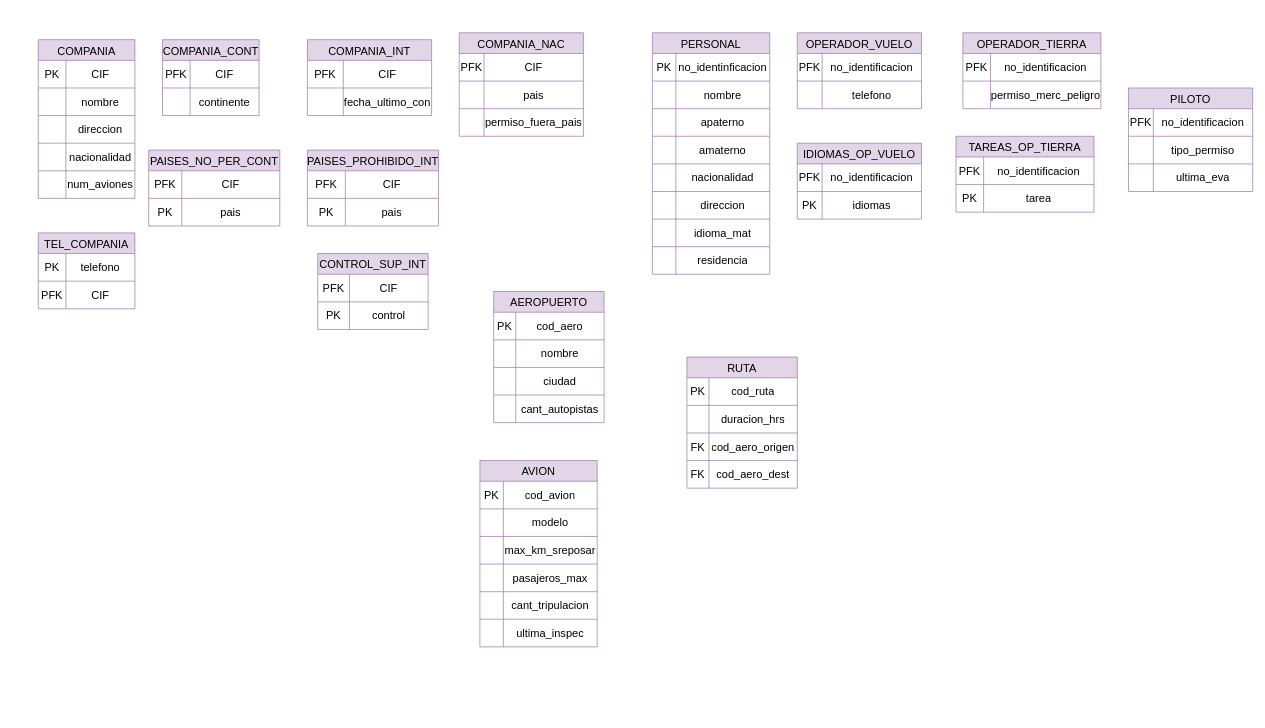
This is Modelo Relacion Aeropuerto TBD.drawio from misiomishi/itcj, a draw.io file, before an edit. Source tidied: cells renumbered, new cells numbered last; positions are measured from the earlier drawing's top-left corner, leaving out a move shared by most shapes. Both pictures are drawn from the tidied source at 69%, with x=0, y=0 at pixel (38, 32).
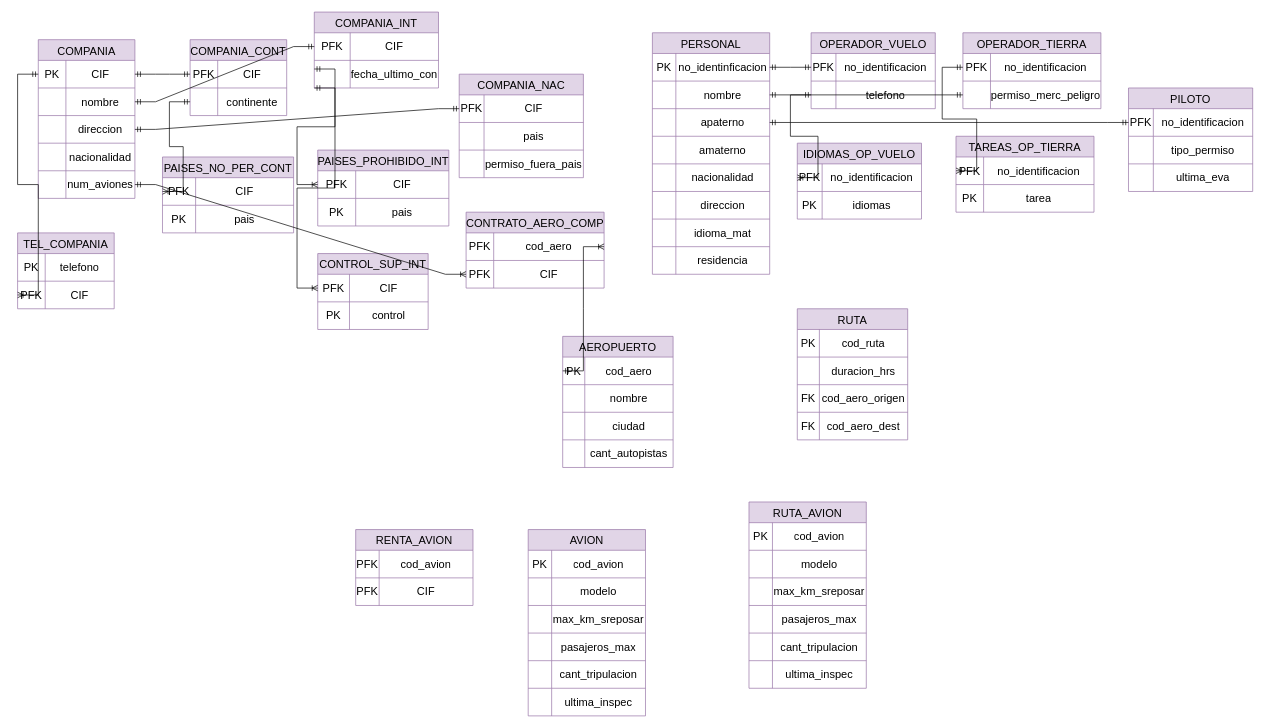
After the change.

Unchanged cells that the change refers to:
```xml
<mxCell id="3" style="shape=tableRow;horizontal=0;startSize=0;swimlaneHead=0;swimlaneBody=0;strokeColor=inherit;top=0;left=0;bottom=0;right=0;fillColor=none;points=[[0,0.5],[1,0.5]];portConstraint=eastwest;fontSize=16;" parent="2" vertex="1">
  <mxGeometry y="30" width="140" height="40" as="geometry" />
</mxCell>
<mxCell id="6" style="shape=tableRow;horizontal=0;startSize=0;swimlaneHead=0;swimlaneBody=0;strokeColor=inherit;top=0;left=0;bottom=0;right=0;fillColor=none;points=[[0,0.5],[1,0.5]];portConstraint=eastwest;fontSize=16;" parent="2" vertex="1">
  <mxGeometry y="70" width="140" height="40" as="geometry" />
</mxCell>
<mxCell id="9" style="shape=tableRow;horizontal=0;startSize=0;swimlaneHead=0;swimlaneBody=0;strokeColor=inherit;top=0;left=0;bottom=0;right=0;fillColor=none;points=[[0,0.5],[1,0.5]];portConstraint=eastwest;fontSize=16;" parent="2" vertex="1">
  <mxGeometry y="110" width="140" height="40" as="geometry" />
</mxCell>
<mxCell id="15" style="shape=tableRow;horizontal=0;startSize=0;swimlaneHead=0;swimlaneBody=0;strokeColor=inherit;top=0;left=0;bottom=0;right=0;fillColor=none;points=[[0,0.5],[1,0.5]];portConstraint=eastwest;fontSize=16;" parent="2" vertex="1">
  <mxGeometry y="190" width="140" height="40" as="geometry" />
</mxCell>
<mxCell id="22" style="shape=tableRow;horizontal=0;startSize=0;swimlaneHead=0;swimlaneBody=0;strokeColor=inherit;top=0;left=0;bottom=0;right=0;fillColor=none;points=[[0,0.5],[1,0.5]];portConstraint=eastwest;fontSize=16;" parent="18" vertex="1">
  <mxGeometry y="70" width="140" height="40" as="geometry" />
</mxCell>
<mxCell id="26" style="shape=tableRow;horizontal=0;startSize=0;swimlaneHead=0;swimlaneBody=0;strokeColor=inherit;top=0;left=0;bottom=0;right=0;fillColor=none;points=[[0,0.5],[1,0.5]];portConstraint=eastwest;fontSize=16;" parent="25" vertex="1">
  <mxGeometry y="30" width="140" height="40" as="geometry" />
</mxCell>
<mxCell id="29" style="shape=tableRow;horizontal=0;startSize=0;swimlaneHead=0;swimlaneBody=0;strokeColor=inherit;top=0;left=0;bottom=0;right=0;fillColor=none;points=[[0,0.5],[1,0.5]];portConstraint=eastwest;fontSize=16;" parent="25" vertex="1">
  <mxGeometry y="70" width="140" height="40" as="geometry" />
</mxCell>
<mxCell id="33" style="shape=tableRow;horizontal=0;startSize=0;swimlaneHead=0;swimlaneBody=0;strokeColor=inherit;top=0;left=0;bottom=0;right=0;fillColor=none;points=[[0,0.5],[1,0.5]];portConstraint=eastwest;fontSize=16;" parent="32" vertex="1">
  <mxGeometry y="30" width="190" height="40" as="geometry" />
</mxCell>
<mxCell id="40" style="shape=tableRow;horizontal=0;startSize=0;swimlaneHead=0;swimlaneBody=0;strokeColor=inherit;top=0;left=0;bottom=0;right=0;fillColor=none;points=[[0,0.5],[1,0.5]];portConstraint=eastwest;fontSize=16;" parent="39" vertex="1">
  <mxGeometry y="30" width="180" height="40" as="geometry" />
</mxCell>
<mxCell id="47" style="shape=tableRow;horizontal=0;startSize=0;swimlaneHead=0;swimlaneBody=0;strokeColor=inherit;top=0;left=0;bottom=0;right=0;fillColor=none;points=[[0,0.5],[1,0.5]];portConstraint=eastwest;fontSize=16;" parent="46" vertex="1">
  <mxGeometry y="30" width="190" height="40" as="geometry" />
</mxCell>
<mxCell id="54" style="shape=tableRow;horizontal=0;startSize=0;swimlaneHead=0;swimlaneBody=0;strokeColor=inherit;top=0;left=0;bottom=0;right=0;fillColor=none;points=[[0,0.5],[1,0.5]];portConstraint=eastwest;fontSize=16;" parent="53" vertex="1">
  <mxGeometry y="30" width="160" height="40" as="geometry" />
</mxCell>
<mxCell id="61" style="shape=tableRow;horizontal=0;startSize=0;swimlaneHead=0;swimlaneBody=0;strokeColor=inherit;top=0;left=0;bottom=0;right=0;fillColor=none;points=[[0,0.5],[1,0.5]];portConstraint=eastwest;fontSize=16;" parent="60" vertex="1">
  <mxGeometry y="30" width="180" height="40" as="geometry" />
</mxCell>
<mxCell id="71" style="shape=tableRow;horizontal=0;startSize=0;swimlaneHead=0;swimlaneBody=0;strokeColor=inherit;top=0;left=0;bottom=0;right=0;fillColor=none;points=[[0,0.5],[1,0.5]];portConstraint=eastwest;fontSize=16;" parent="70" vertex="1">
  <mxGeometry y="30" width="170" height="40" as="geometry" />
</mxCell>
<mxCell id="74" style="shape=tableRow;horizontal=0;startSize=0;swimlaneHead=0;swimlaneBody=0;strokeColor=inherit;top=0;left=0;bottom=0;right=0;fillColor=none;points=[[0,0.5],[1,0.5]];portConstraint=eastwest;fontSize=16;" parent="70" vertex="1">
  <mxGeometry y="70" width="170" height="40" as="geometry" />
</mxCell>
<mxCell id="77" style="shape=tableRow;horizontal=0;startSize=0;swimlaneHead=0;swimlaneBody=0;strokeColor=inherit;top=0;left=0;bottom=0;right=0;fillColor=none;points=[[0,0.5],[1,0.5]];portConstraint=eastwest;fontSize=16;" parent="70" vertex="1">
  <mxGeometry y="110" width="170" height="40" as="geometry" />
</mxCell>
<mxCell id="96" style="shape=tableRow;horizontal=0;startSize=0;swimlaneHead=0;swimlaneBody=0;strokeColor=inherit;top=0;left=0;bottom=0;right=0;fillColor=none;points=[[0,0.5],[1,0.5]];portConstraint=eastwest;fontSize=16;" parent="95" vertex="1">
  <mxGeometry y="30" width="180" height="40" as="geometry" />
</mxCell>
<mxCell id="99" style="shape=tableRow;horizontal=0;startSize=0;swimlaneHead=0;swimlaneBody=0;strokeColor=inherit;top=0;left=0;bottom=0;right=0;fillColor=none;points=[[0,0.5],[1,0.5]];portConstraint=eastwest;fontSize=16;" parent="95" vertex="1">
  <mxGeometry y="70" width="180" height="40" as="geometry" />
</mxCell>
<mxCell id="103" style="shape=tableRow;horizontal=0;startSize=0;swimlaneHead=0;swimlaneBody=0;strokeColor=inherit;top=0;left=0;bottom=0;right=0;fillColor=none;points=[[0,0.5],[1,0.5]];portConstraint=eastwest;fontSize=16;" parent="102" vertex="1">
  <mxGeometry y="30" width="180" height="40" as="geometry" />
</mxCell>
<mxCell id="110" style="shape=tableRow;horizontal=0;startSize=0;swimlaneHead=0;swimlaneBody=0;strokeColor=inherit;top=0;left=0;bottom=0;right=0;fillColor=none;points=[[0,0.5],[1,0.5]];portConstraint=eastwest;fontSize=16;" parent="109" vertex="1">
  <mxGeometry y="30" width="200" height="40" as="geometry" />
</mxCell>
<mxCell id="113" style="shape=tableRow;horizontal=0;startSize=0;swimlaneHead=0;swimlaneBody=0;strokeColor=inherit;top=0;left=0;bottom=0;right=0;fillColor=none;points=[[0,0.5],[1,0.5]];portConstraint=eastwest;fontSize=16;" parent="109" vertex="1">
  <mxGeometry y="70" width="200" height="40" as="geometry" />
</mxCell>
<mxCell id="117" style="shape=tableRow;horizontal=0;startSize=0;swimlaneHead=0;swimlaneBody=0;strokeColor=inherit;top=0;left=0;bottom=0;right=0;fillColor=none;points=[[0,0.5],[1,0.5]];portConstraint=eastwest;fontSize=16;" parent="116" vertex="1">
  <mxGeometry y="30" width="200" height="40" as="geometry" />
</mxCell>
<mxCell id="124" style="shape=tableRow;horizontal=0;startSize=0;swimlaneHead=0;swimlaneBody=0;strokeColor=inherit;top=0;left=0;bottom=0;right=0;fillColor=none;points=[[0,0.5],[1,0.5]];portConstraint=eastwest;fontSize=16;" parent="123" vertex="1">
  <mxGeometry y="30" width="180" height="40" as="geometry" />
</mxCell>
<mxCell id="134" style="shape=tableRow;horizontal=0;startSize=0;swimlaneHead=0;swimlaneBody=0;strokeColor=inherit;top=0;left=0;bottom=0;right=0;fillColor=none;points=[[0,0.5],[1,0.5]];portConstraint=eastwest;fontSize=16;" parent="133" vertex="1">
  <mxGeometry y="30" width="160" height="40" as="geometry" />
</mxCell>
```

Change to the diagram source:
```diff
@@
     <mxCell id="18" value="TEL_COMPANIA" style="shape=table;startSize=30;childLayout=tableLayout;strokeColor=#9673a6;fontSize=16;fillColor=#e1d5e7;" parent="1" vertex="1">
-      <mxGeometry y="290" width="140" height="110" as="geometry" />
+      <mxGeometry x="-30" y="290" width="140" height="110" as="geometry" />
     </mxCell>
@@
     <mxCell id="25" value="COMPANIA_CONT" style="shape=table;startSize=30;childLayout=tableLayout;strokeColor=#9673a6;fontSize=16;fillColor=#e1d5e7;" parent="1" vertex="1">
-      <mxGeometry x="180" y="10" width="140" height="110" as="geometry" />
+      <mxGeometry x="220" y="10" width="140" height="110" as="geometry" />
     </mxCell>
@@
     <mxCell id="32" value="PAISES_NO_PER_CONT" style="shape=table;startSize=30;childLayout=tableLayout;strokeColor=#9673a6;fontSize=16;fillColor=#e1d5e7;" parent="1" vertex="1">
-      <mxGeometry x="160" y="170" width="190" height="110" as="geometry" />
+      <mxGeometry x="180" y="180" width="190" height="110" as="geometry" />
     </mxCell>
@@
     <mxCell id="39" value="COMPANIA_INT" style="shape=table;startSize=30;childLayout=tableLayout;strokeColor=#9673a6;fontSize=16;fillColor=#e1d5e7;" parent="1" vertex="1">
-      <mxGeometry x="390" y="10" width="180" height="110" as="geometry" />
+      <mxGeometry x="400" y="-30" width="180" height="110" as="geometry" />
     </mxCell>
@@
     <mxCell id="46" value="PAISES_PROHIBIDO_INT" style="shape=table;startSize=30;childLayout=tableLayout;strokeColor=#9673a6;fontSize=16;fillColor=#e1d5e7;" parent="1" vertex="1">
-      <mxGeometry x="390" y="170" width="190" height="110" as="geometry" />
+      <mxGeometry x="405" y="170" width="190" height="110" as="geometry" />
     </mxCell>
@@
     <mxCell id="60" value="COMPANIA_NAC" style="shape=table;startSize=30;childLayout=tableLayout;strokeColor=#9673a6;fontSize=16;fillColor=#e1d5e7;" parent="1" vertex="1">
-      <mxGeometry x="610" width="180" height="150" as="geometry" />
+      <mxGeometry x="610" y="60" width="180" height="150" as="geometry" />
     </mxCell>
@@
     <mxCell id="95" value="OPERADOR_VUELO" style="shape=table;startSize=30;childLayout=tableLayout;strokeColor=#9673a6;fontSize=16;fillColor=#e1d5e7;" parent="1" vertex="1">
-      <mxGeometry x="1100" width="180" height="110" as="geometry" />
+      <mxGeometry x="1120" width="180" height="110" as="geometry" />
     </mxCell>
@@
     <mxCell id="133" value="AEROPUERTO" style="shape=table;startSize=30;childLayout=tableLayout;strokeColor=#9673a6;fontSize=16;fillColor=#e1d5e7;" parent="1" vertex="1">
-      <mxGeometry x="660" y="375" width="160" height="190" as="geometry" />
+      <mxGeometry x="760" y="440" width="160" height="190" as="geometry" />
     </mxCell>
@@
     <mxCell id="146" value="AVION" style="shape=table;startSize=30;childLayout=tableLayout;strokeColor=#9673a6;fontSize=16;fillColor=#e1d5e7;" parent="1" vertex="1">
-      <mxGeometry x="640" y="620" width="170" height="270" as="geometry" />
+      <mxGeometry x="710" y="720" width="170" height="270" as="geometry" />
     </mxCell>
@@
     <mxCell id="165" value="RUTA" style="shape=table;startSize=30;childLayout=tableLayout;strokeColor=#9673a6;fontSize=16;fillColor=#e1d5e7;" parent="1" vertex="1">
-      <mxGeometry x="940" y="470" width="160" height="190" as="geometry" />
+      <mxGeometry x="1100" y="400" width="160" height="190" as="geometry" />
     </mxCell>
@@
+    <mxCell id="178" style="edgeStyle=entityRelationEdgeStyle;fontSize=12;html=1;endArrow=ERoneToMany;startArrow=ERmandOne;rounded=0;exitX=0;exitY=0.5;exitDx=0;exitDy=0;entryX=0;entryY=0.5;entryDx=0;entryDy=0;" parent="1" edge="1" source="3" target="22">
+      <mxGeometry relative="1" as="geometry" />
+    </mxCell>
+    <mxCell id="179" style="edgeStyle=entityRelationEdgeStyle;fontSize=12;html=1;endArrow=ERmandOne;startArrow=ERmandOne;rounded=0;exitX=1;exitY=0.5;exitDx=0;exitDy=0;entryX=0;entryY=0.5;entryDx=0;entryDy=0;" parent="1" edge="1" source="3" target="26">
+      <mxGeometry relative="1" as="geometry" />
+    </mxCell>
+    <mxCell id="180" style="edgeStyle=entityRelationEdgeStyle;fontSize=12;html=1;endArrow=ERoneToMany;startArrow=ERmandOne;rounded=0;exitX=0;exitY=0.5;exitDx=0;exitDy=0;entryX=0;entryY=0.5;entryDx=0;entryDy=0;" parent="1" edge="1" source="29" target="33">
+      <mxGeometry relative="1" as="geometry" />
+    </mxCell>
+    <mxCell id="181" style="edgeStyle=entityRelationEdgeStyle;fontSize=12;html=1;endArrow=ERmandOne;startArrow=ERmandOne;rounded=0;exitX=1;exitY=0.5;exitDx=0;exitDy=0;entryX=0;entryY=0.5;entryDx=0;entryDy=0;" parent="1" edge="1" source="6" target="40">
+      <mxGeometry relative="1" as="geometry" />
+    </mxCell>
+    <mxCell id="182" style="edgeStyle=entityRelationEdgeStyle;fontSize=12;html=1;endArrow=ERoneToMany;startArrow=ERmandOne;rounded=0;exitX=0;exitY=0.75;exitDx=0;exitDy=0;entryX=0;entryY=0.5;entryDx=0;entryDy=0;" parent="1" edge="1" source="39" target="47">
+      <mxGeometry relative="1" as="geometry" />
+    </mxCell>
+    <mxCell id="183" style="edgeStyle=entityRelationEdgeStyle;fontSize=12;html=1;endArrow=ERoneToMany;startArrow=ERmandOne;rounded=0;exitX=0;exitY=1;exitDx=0;exitDy=0;entryX=0;entryY=0.5;entryDx=0;entryDy=0;" parent="1" edge="1" source="39" target="54">
+      <mxGeometry relative="1" as="geometry" />
+    </mxCell>
+    <mxCell id="184" style="edgeStyle=entityRelationEdgeStyle;fontSize=12;html=1;endArrow=ERmandOne;startArrow=ERmandOne;rounded=0;entryX=0;entryY=0.5;entryDx=0;entryDy=0;exitX=1;exitY=0.5;exitDx=0;exitDy=0;" parent="1" edge="1" source="9" target="61">
+      <mxGeometry relative="1" as="geometry" />
+    </mxCell>
+    <mxCell id="185" style="edgeStyle=entityRelationEdgeStyle;fontSize=12;html=1;endArrow=ERmandOne;startArrow=ERmandOne;rounded=0;exitX=1;exitY=0.5;exitDx=0;exitDy=0;entryX=0;entryY=0.5;entryDx=0;entryDy=0;" parent="1" edge="1" source="71" target="96">
+      <mxGeometry relative="1" as="geometry" />
+    </mxCell>
+    <mxCell id="186" style="edgeStyle=entityRelationEdgeStyle;fontSize=12;html=1;endArrow=ERoneToMany;startArrow=ERmandOne;rounded=0;exitX=0;exitY=0.5;exitDx=0;exitDy=0;entryX=0;entryY=0.5;entryDx=0;entryDy=0;" parent="1" edge="1" source="99" target="103">
+      <mxGeometry relative="1" as="geometry" />
+    </mxCell>
+    <mxCell id="187" style="edgeStyle=entityRelationEdgeStyle;fontSize=12;html=1;endArrow=ERoneToMany;startArrow=ERmandOne;rounded=0;exitX=0;exitY=0.5;exitDx=0;exitDy=0;entryX=0;entryY=0.5;entryDx=0;entryDy=0;" parent="1" edge="1" source="110" target="117">
+      <mxGeometry relative="1" as="geometry" />
+    </mxCell>
+    <mxCell id="188" style="edgeStyle=entityRelationEdgeStyle;fontSize=12;html=1;endArrow=ERmandOne;startArrow=ERmandOne;rounded=0;exitX=1;exitY=0.5;exitDx=0;exitDy=0;entryX=0;entryY=0.5;entryDx=0;entryDy=0;" parent="1" edge="1" source="74" target="113">
+      <mxGeometry relative="1" as="geometry" />
+    </mxCell>
+    <mxCell id="189" style="edgeStyle=entityRelationEdgeStyle;fontSize=12;html=1;endArrow=ERmandOne;startArrow=ERmandOne;rounded=0;exitX=1;exitY=0.5;exitDx=0;exitDy=0;entryX=0;entryY=0.5;entryDx=0;entryDy=0;" parent="1" edge="1" source="77" target="124">
+      <mxGeometry relative="1" as="geometry" />
+    </mxCell>
+    <mxCell id="190" value="CONTRATO_AERO_COMP" style="shape=table;startSize=30;childLayout=tableLayout;strokeColor=#9673a6;fontSize=16;fillColor=#e1d5e7;" parent="1" vertex="1">
+      <mxGeometry x="620" y="260" width="200" height="110" as="geometry" />
+    </mxCell>
+    <mxCell id="191" style="shape=tableRow;horizontal=0;startSize=0;swimlaneHead=0;swimlaneBody=0;strokeColor=inherit;top=0;left=0;bottom=0;right=0;fillColor=none;points=[[0,0.5],[1,0.5]];portConstraint=eastwest;fontSize=16;" parent="190" vertex="1">
+      <mxGeometry y="30" width="200" height="40" as="geometry" />
+    </mxCell>
+    <mxCell id="192" value="PFK" style="shape=partialRectangle;html=1;whiteSpace=wrap;strokeColor=inherit;overflow=hidden;fillColor=none;top=0;left=0;bottom=0;right=0;fontSize=16;" parent="191" vertex="1">
+      <mxGeometry width="40" height="40" as="geometry" />
+    </mxCell>
+    <mxCell id="193" value="cod_aero" style="shape=partialRectangle;html=1;whiteSpace=wrap;strokeColor=inherit;overflow=hidden;fillColor=none;top=0;left=0;bottom=0;right=0;fontSize=16;" parent="191" vertex="1">
+      <mxGeometry x="40" width="160" height="40" as="geometry" />
+    </mxCell>
+    <mxCell id="194" style="shape=tableRow;horizontal=0;startSize=0;swimlaneHead=0;swimlaneBody=0;strokeColor=inherit;top=0;left=0;bottom=0;right=0;fillColor=none;points=[[0,0.5],[1,0.5]];portConstraint=eastwest;fontSize=16;" parent="190" vertex="1">
+      <mxGeometry y="70" width="200" height="40" as="geometry" />
+    </mxCell>
+    <mxCell id="195" value="PFK" style="shape=partialRectangle;html=1;whiteSpace=wrap;strokeColor=inherit;overflow=hidden;fillColor=none;top=0;left=0;bottom=0;right=0;fontSize=16;" parent="194" vertex="1">
+      <mxGeometry width="40" height="40" as="geometry" />
+    </mxCell>
+    <mxCell id="196" value="CIF" style="shape=partialRectangle;html=1;whiteSpace=wrap;strokeColor=inherit;overflow=hidden;fillColor=none;top=0;left=0;bottom=0;right=0;fontSize=16;" parent="194" vertex="1">
+      <mxGeometry x="40" width="160" height="40" as="geometry" />
+    </mxCell>
+    <mxCell id="197" style="edgeStyle=entityRelationEdgeStyle;fontSize=12;html=1;endArrow=ERoneToMany;startArrow=ERmandOne;rounded=0;exitX=0;exitY=0.5;exitDx=0;exitDy=0;entryX=1;entryY=0.5;entryDx=0;entryDy=0;" parent="1" edge="1" source="134" target="191">
+      <mxGeometry relative="1" as="geometry" />
+    </mxCell>
+    <mxCell id="198" style="edgeStyle=entityRelationEdgeStyle;fontSize=12;html=1;endArrow=ERoneToMany;startArrow=ERmandOne;rounded=0;exitX=1;exitY=0.5;exitDx=0;exitDy=0;entryX=0;entryY=0.5;entryDx=0;entryDy=0;" parent="1" edge="1" source="15" target="194">
+      <mxGeometry relative="1" as="geometry" />
+    </mxCell>
+    <mxCell id="199" value="RENTA_AVION" style="shape=table;startSize=30;childLayout=tableLayout;strokeColor=#9673a6;fontSize=16;fillColor=#e1d5e7;" parent="1" vertex="1">
+      <mxGeometry x="460" y="720" width="170" height="110" as="geometry" />
+    </mxCell>
+    <mxCell id="200" style="shape=tableRow;horizontal=0;startSize=0;swimlaneHead=0;swimlaneBody=0;strokeColor=inherit;top=0;left=0;bottom=0;right=0;fillColor=none;fontSize=16;" parent="199" vertex="1">
+      <mxGeometry y="30" width="170" height="40" as="geometry" />
+    </mxCell>
+    <mxCell id="201" value="PFK" style="shape=partialRectangle;html=1;whiteSpace=wrap;strokeColor=inherit;overflow=hidden;fillColor=none;top=0;left=0;bottom=0;right=0;fontSize=16;" parent="200" vertex="1">
+      <mxGeometry width="34" height="40" as="geometry" />
+    </mxCell>
+    <mxCell id="202" value="cod_avion" style="shape=partialRectangle;html=1;whiteSpace=wrap;strokeColor=inherit;overflow=hidden;fillColor=none;top=0;left=0;bottom=0;right=0;fontSize=16;" parent="200" vertex="1">
+      <mxGeometry x="34" width="136" height="40" as="geometry" />
+    </mxCell>
+    <mxCell id="203" style="shape=tableRow;horizontal=0;startSize=0;swimlaneHead=0;swimlaneBody=0;strokeColor=inherit;top=0;left=0;bottom=0;right=0;fillColor=none;fontSize=16;" parent="199" vertex="1">
+      <mxGeometry y="70" width="170" height="40" as="geometry" />
+    </mxCell>
+    <mxCell id="204" value="PFK" style="shape=partialRectangle;html=1;whiteSpace=wrap;strokeColor=inherit;overflow=hidden;fillColor=none;top=0;left=0;bottom=0;right=0;fontSize=16;" parent="203" vertex="1">
+      <mxGeometry width="34" height="40" as="geometry" />
+    </mxCell>
+    <mxCell id="205" value="CIF" style="shape=partialRectangle;html=1;whiteSpace=wrap;strokeColor=inherit;overflow=hidden;fillColor=none;top=0;left=0;bottom=0;right=0;fontSize=16;" parent="203" vertex="1">
+      <mxGeometry x="34" width="136" height="40" as="geometry" />
+    </mxCell>
+    <mxCell id="206" value="RUTA_AVION" style="shape=table;startSize=30;childLayout=tableLayout;strokeColor=#9673a6;fontSize=16;fillColor=#e1d5e7;" parent="1" vertex="1">
+      <mxGeometry x="1030" y="680" width="170" height="270" as="geometry" />
+    </mxCell>
+    <mxCell id="207" style="shape=tableRow;horizontal=0;startSize=0;swimlaneHead=0;swimlaneBody=0;strokeColor=inherit;top=0;left=0;bottom=0;right=0;fillColor=none;fontSize=16;" parent="206" vertex="1">
+      <mxGeometry y="30" width="170" height="40" as="geometry" />
+    </mxCell>
+    <mxCell id="208" value="PK" style="shape=partialRectangle;html=1;whiteSpace=wrap;strokeColor=inherit;overflow=hidden;fillColor=none;top=0;left=0;bottom=0;right=0;fontSize=16;" parent="207" vertex="1">
+      <mxGeometry width="34" height="40" as="geometry" />
+    </mxCell>
+    <mxCell id="209" value="cod_avion" style="shape=partialRectangle;html=1;whiteSpace=wrap;strokeColor=inherit;overflow=hidden;fillColor=none;top=0;left=0;bottom=0;right=0;fontSize=16;" parent="207" vertex="1">
+      <mxGeometry x="34" width="136" height="40" as="geometry" />
+    </mxCell>
+    <mxCell id="210" style="shape=tableRow;horizontal=0;startSize=0;swimlaneHead=0;swimlaneBody=0;strokeColor=inherit;top=0;left=0;bottom=0;right=0;fillColor=none;fontSize=16;" parent="206" vertex="1">
+      <mxGeometry y="70" width="170" height="40" as="geometry" />
+    </mxCell>
+    <mxCell id="211" style="shape=partialRectangle;html=1;whiteSpace=wrap;strokeColor=inherit;overflow=hidden;fillColor=none;top=0;left=0;bottom=0;right=0;fontSize=16;" parent="210" vertex="1">
+      <mxGeometry width="34" height="40" as="geometry" />
+    </mxCell>
+    <mxCell id="212" value="modelo" style="shape=partialRectangle;html=1;whiteSpace=wrap;strokeColor=inherit;overflow=hidden;fillColor=none;top=0;left=0;bottom=0;right=0;fontSize=16;" parent="210" vertex="1">
+      <mxGeometry x="34" width="136" height="40" as="geometry" />
+    </mxCell>
+    <mxCell id="213" style="shape=tableRow;horizontal=0;startSize=0;swimlaneHead=0;swimlaneBody=0;strokeColor=inherit;top=0;left=0;bottom=0;right=0;fillColor=none;fontSize=16;" parent="206" vertex="1">
+      <mxGeometry y="110" width="170" height="40" as="geometry" />
+    </mxCell>
+    <mxCell id="214" style="shape=partialRectangle;html=1;whiteSpace=wrap;strokeColor=inherit;overflow=hidden;fillColor=none;top=0;left=0;bottom=0;right=0;fontSize=16;" parent="213" vertex="1">
+      <mxGeometry width="34" height="40" as="geometry" />
+    </mxCell>
+    <mxCell id="215" value="max_km_sreposar" style="shape=partialRectangle;html=1;whiteSpace=wrap;strokeColor=inherit;overflow=hidden;fillColor=none;top=0;left=0;bottom=0;right=0;fontSize=16;" parent="213" vertex="1">
+      <mxGeometry x="34" width="136" height="40" as="geometry" />
+    </mxCell>
+    <mxCell id="216" style="shape=tableRow;horizontal=0;startSize=0;swimlaneHead=0;swimlaneBody=0;strokeColor=inherit;top=0;left=0;bottom=0;right=0;fillColor=none;fontSize=16;" parent="206" vertex="1">
+      <mxGeometry y="150" width="170" height="40" as="geometry" />
+    </mxCell>
+    <mxCell id="217" style="shape=partialRectangle;html=1;whiteSpace=wrap;strokeColor=inherit;overflow=hidden;fillColor=none;top=0;left=0;bottom=0;right=0;fontSize=16;" parent="216" vertex="1">
+      <mxGeometry width="34" height="40" as="geometry" />
+    </mxCell>
+    <mxCell id="218" value="pasajeros_max" style="shape=partialRectangle;html=1;whiteSpace=wrap;strokeColor=inherit;overflow=hidden;fillColor=none;top=0;left=0;bottom=0;right=0;fontSize=16;" parent="216" vertex="1">
+      <mxGeometry x="34" width="136" height="40" as="geometry" />
+    </mxCell>
+    <mxCell id="219" style="shape=tableRow;horizontal=0;startSize=0;swimlaneHead=0;swimlaneBody=0;strokeColor=inherit;top=0;left=0;bottom=0;right=0;fillColor=none;fontSize=16;" parent="206" vertex="1">
+      <mxGeometry y="190" width="170" height="40" as="geometry" />
+    </mxCell>
+    <mxCell id="220" style="shape=partialRectangle;html=1;whiteSpace=wrap;strokeColor=inherit;overflow=hidden;fillColor=none;top=0;left=0;bottom=0;right=0;fontSize=16;" parent="219" vertex="1">
+      <mxGeometry width="34" height="40" as="geometry" />
+    </mxCell>
+    <mxCell id="221" value="cant_tripulacion" style="shape=partialRectangle;html=1;whiteSpace=wrap;strokeColor=inherit;overflow=hidden;fillColor=none;top=0;left=0;bottom=0;right=0;fontSize=16;" parent="219" vertex="1">
+      <mxGeometry x="34" width="136" height="40" as="geometry" />
+    </mxCell>
+    <mxCell id="222" style="shape=tableRow;horizontal=0;startSize=0;swimlaneHead=0;swimlaneBody=0;strokeColor=inherit;top=0;left=0;bottom=0;right=0;fillColor=none;fontSize=16;" parent="206" vertex="1">
+      <mxGeometry y="230" width="170" height="40" as="geometry" />
+    </mxCell>
+    <mxCell id="223" style="shape=partialRectangle;html=1;whiteSpace=wrap;strokeColor=inherit;overflow=hidden;fillColor=none;top=0;left=0;bottom=0;right=0;fontSize=16;" parent="222" vertex="1">
+      <mxGeometry width="34" height="40" as="geometry" />
+    </mxCell>
+    <mxCell id="224" value="ultima_inspec" style="shape=partialRectangle;html=1;whiteSpace=wrap;strokeColor=inherit;overflow=hidden;fillColor=none;top=0;left=0;bottom=0;right=0;fontSize=16;" parent="222" vertex="1">
+      <mxGeometry x="34" width="136" height="40" as="geometry" />
+    </mxCell>
```
